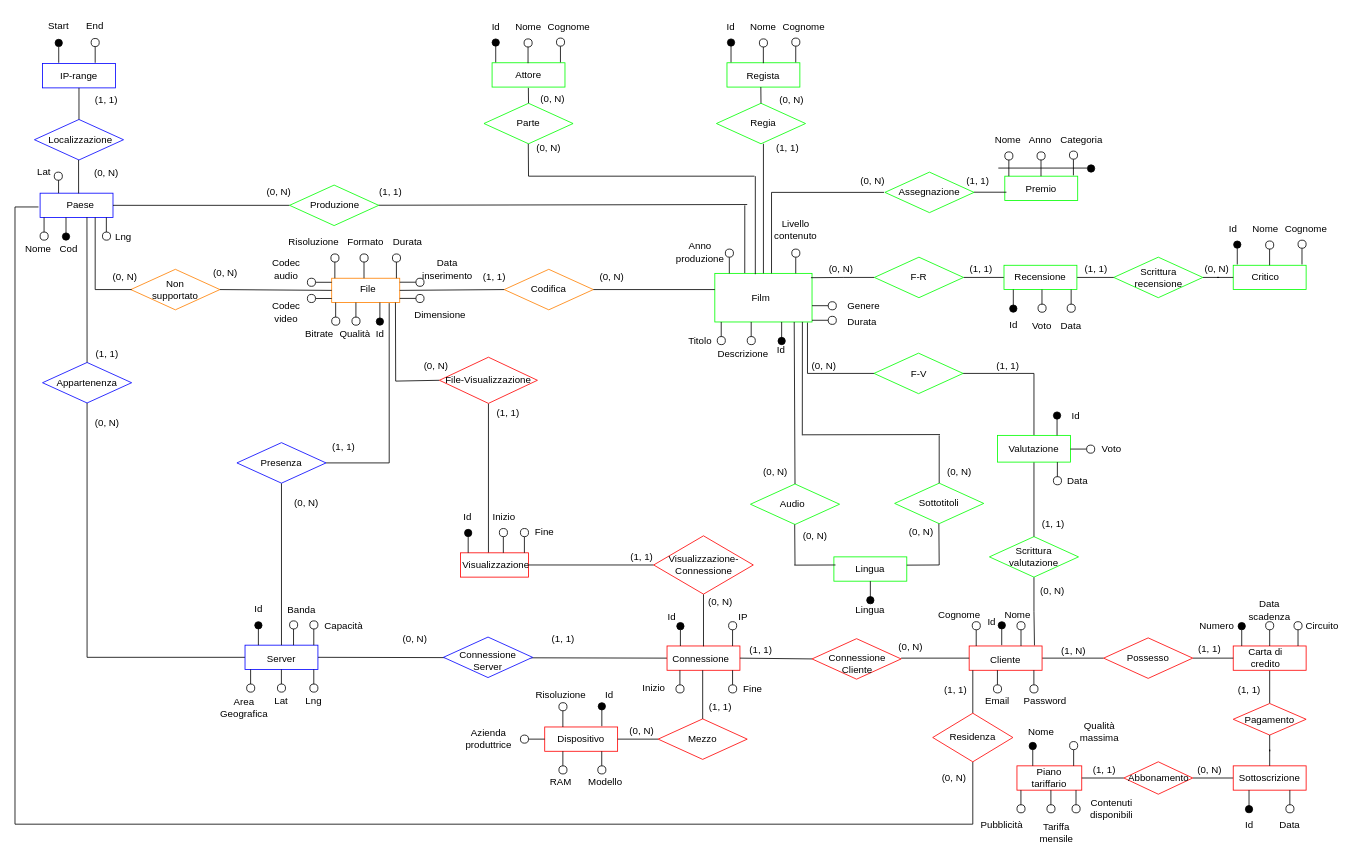
Before: ER_ristr.drawio in gcairone/progettodb, a draw.io diagram. Source tidied: cells renumbered, new cells numbered last; positions are measured from the earlier drawing's top-left corner, leaving out a move shared by most shapes. Both pictures are drawn from the tidied source at 81%, with x=0, y=0 at pixel (13, 14).
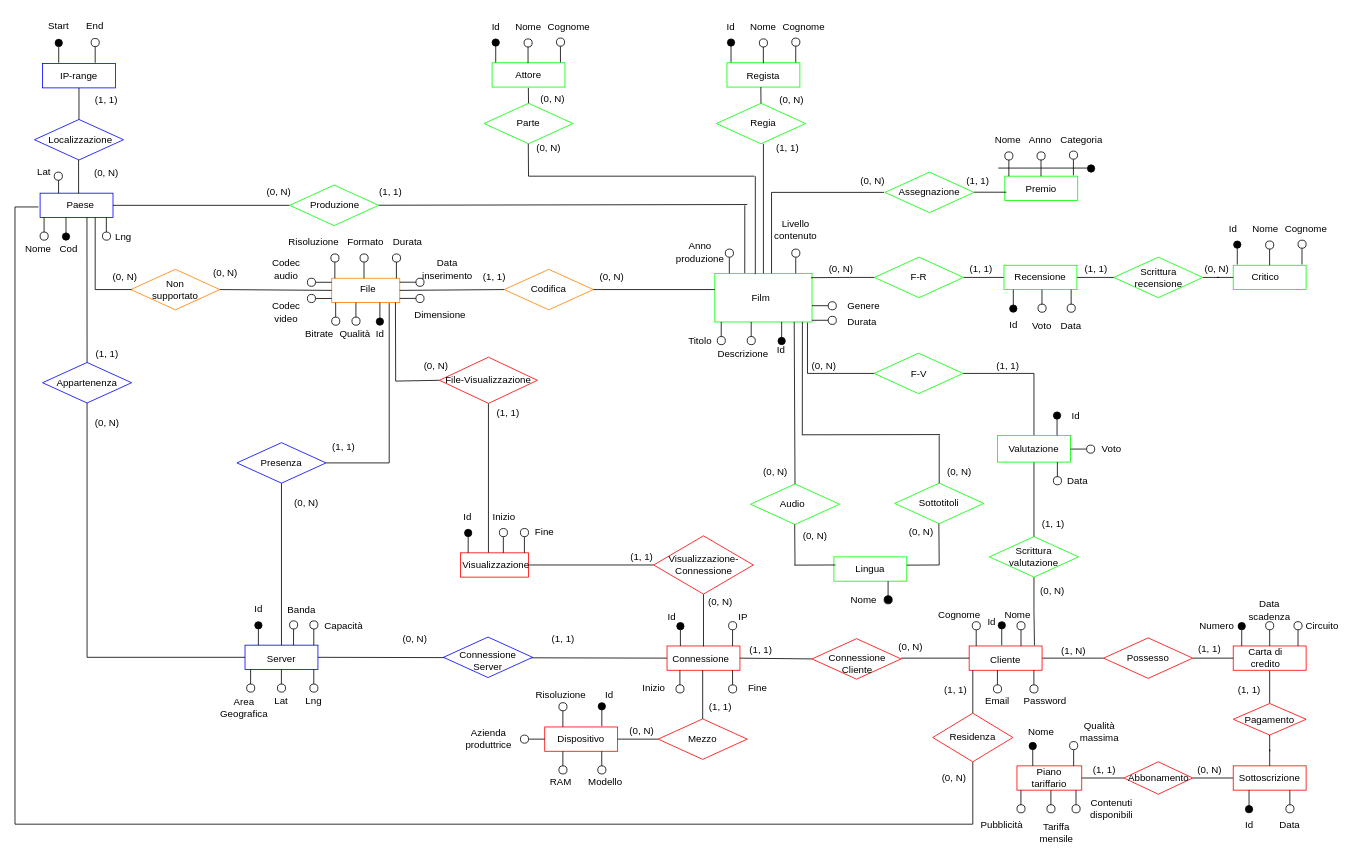
The same page after the edit.

What changed in the source:
```diff
@@
-    <mxCell id="283" style="ellipse;whiteSpace=wrap;html=1;fillColor=#000000;" parent="1" vertex="1">
-      <mxGeometry x="1053.5" y="719" width="9" height="9" as="geometry" />
-    </mxCell>
-    <mxCell id="284" style="endArrow=none;html=1;rounded=0;" parent="1" edge="1">
-      <mxGeometry relative="1" as="geometry">
-        <mxPoint x="1058" y="700" as="sourcePoint" />
-        <mxPoint x="1058" y="720" as="targetPoint" />
-      </mxGeometry>
-    </mxCell>
@@
-    <mxCell id="319" value="Lingua" style="text;strokeColor=none;align=center;fillColor=none;html=1;verticalAlign=middle;whiteSpace=wrap;rounded=0;" parent="1" vertex="1">
-      <mxGeometry x="1028" y="721" width="60" height="30" as="geometry" />
-    </mxCell>
@@
     <mxCell id="335" value="Fine" style="text;strokeColor=none;align=center;fillColor=none;html=1;verticalAlign=middle;whiteSpace=wrap;rounded=0;" parent="1" vertex="1">
-      <mxGeometry x="883" y="818" width="60" height="30" as="geometry" />
+      <mxGeometry x="889" y="817" width="60" height="30" as="geometry" />
     </mxCell>
@@
+    <mxCell id="412" style="endArrow=none;html=1;rounded=0;" parent="1" edge="1">
+      <mxGeometry relative="1" as="geometry">
+        <mxPoint x="1079.9" y="700" as="sourcePoint" />
+        <mxPoint x="1079.9" y="720" as="targetPoint" />
+      </mxGeometry>
+    </mxCell>
+    <mxCell id="413" style="ellipse;whiteSpace=wrap;html=1;fillColor=#000000;" parent="1" vertex="1">
+      <mxGeometry x="1075" y="718" width="10" height="10" as="geometry" />
+    </mxCell>
+    <mxCell id="414" value="Nome" style="text;strokeColor=none;align=center;fillColor=none;html=1;verticalAlign=middle;whiteSpace=wrap;rounded=0;" parent="1" vertex="1">
+      <mxGeometry x="1020" y="708" width="60" height="30" as="geometry" />
+    </mxCell>
```
